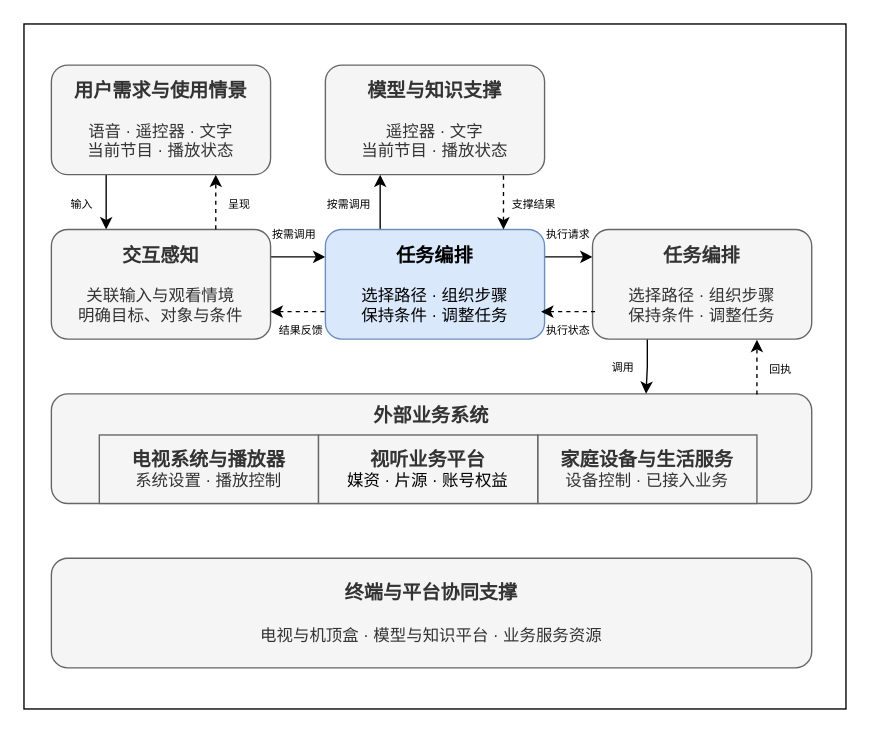
Above: 3-1.drawio in ztian11/testProject (draw.io), before the change. Source tidied: cells renumbered, new cells numbered last; positions are measured from the earlier drawing's top-left corner, leaving out a move shared by most shapes. Both pictures are drawn from the tidied source at 137%, with x=0, y=0 at pixel (23, 23).
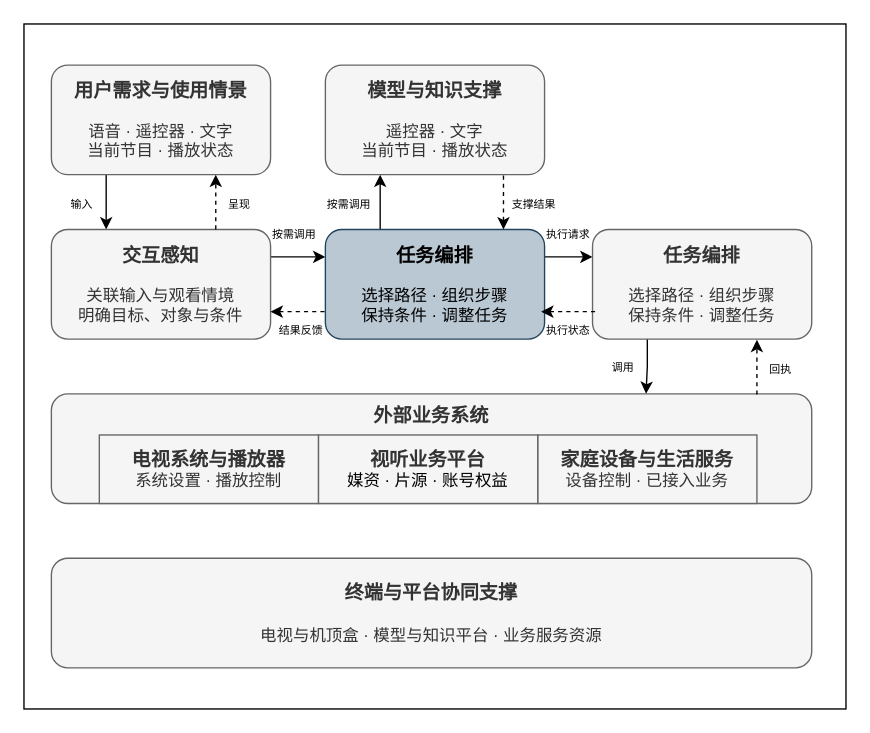
Above is the later version.

What changed in the source:
```diff
@@
-    <mxCell id="14" value="&lt;font style=&quot;font-size: 14px;&quot;&gt;&lt;b&gt;任务编排&lt;/b&gt;&lt;/font&gt;&lt;div&gt;&lt;br&gt;&lt;div&gt;选择路径 · 组织步骤&lt;/div&gt;&lt;/div&gt;&lt;div&gt;保持条件 · 调整任务&lt;/div&gt;" style="rounded=1;whiteSpace=wrap;html=1;roundedPerimeter=1;fillColor=#dae8fc;strokeColor=#6c8ebf;" parent="1" vertex="1">
+    <mxCell id="14" value="&lt;font style=&quot;font-size: 14px;&quot;&gt;&lt;b&gt;任务编排&lt;/b&gt;&lt;/font&gt;&lt;div&gt;&lt;br&gt;&lt;div&gt;选择路径 · 组织步骤&lt;/div&gt;&lt;/div&gt;&lt;div&gt;保持条件 · 调整任务&lt;/div&gt;" style="rounded=1;whiteSpace=wrap;html=1;roundedPerimeter=1;fillColor=#bac8d3;strokeColor=#23445d;" parent="1" vertex="1">
       <mxGeometry x="220" y="150" width="160" height="80" as="geometry" />
     </mxCell>
```
